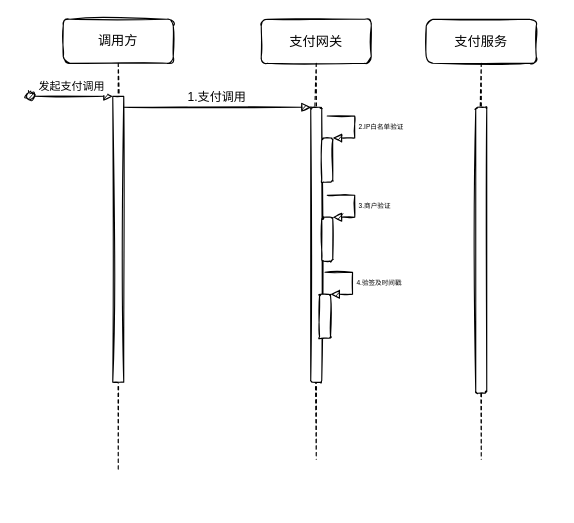
Before: app/Untitled Diagram.drawio in wang37444/androidMvp, a draw.io diagram. Source tidied: cells renumbered, new cells numbered last; positions are measured from the earlier drawing's top-left corner, leaving out a move shared by most shapes. Both pictures are drawn from the tidied source at 110%, with x=0, y=0 at pixel (30, 19).
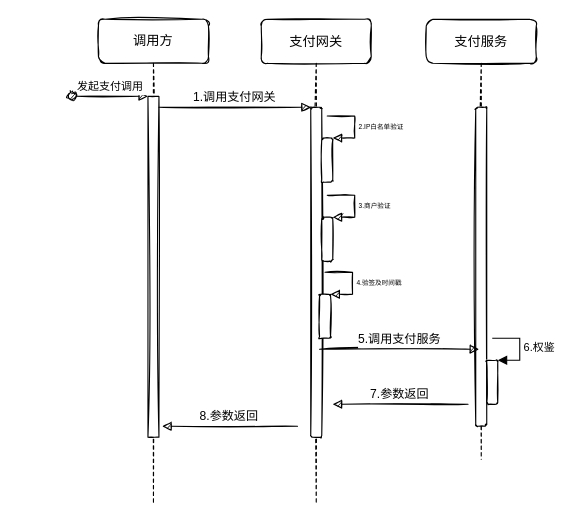
The same diagram, later.

Unchanged cells that the change refers to:
```xml
<mxCell id="12" value="支付服务" style="shape=umlLifeline;perimeter=lifelinePerimeter;rounded=1;shadow=0;strokeWidth=1;sketch=1;" parent="1" vertex="1">
  <mxGeometry x="360" width="100" height="400" as="geometry" />
</mxCell>
```

Change to the diagram source:
```diff
@@
     <mxCell id="2" value="调用方" style="shape=umlLifeline;perimeter=lifelinePerimeter;rounded=1;shadow=0;strokeWidth=1;glass=0;sketch=1;whiteSpace=wrap;" parent="1" vertex="1">
-      <mxGeometry x="30" width="100" height="410" as="geometry" />
+      <mxGeometry x="62" width="100" height="440" as="geometry" />
     </mxCell>
     <mxCell id="3" style="points=[];perimeter=orthogonalPerimeter;rounded=0;shadow=0;strokeWidth=1;sketch=1;" parent="2" vertex="1">
-      <mxGeometry x="45" y="70" width="10" height="260" as="geometry" />
+      <mxGeometry x="45" y="70" width="10" height="310" as="geometry" />
     </mxCell>
     <mxCell id="4" value="发起支付调用" style="verticalAlign=bottom;startArrow=oval;endArrow=block;startSize=8;shadow=0;strokeWidth=1;fontSize=10;sketch=1;" parent="2" edge="1" target="3">
       <mxGeometry relative="1" as="geometry">
-        <mxPoint x="-30" y="70" as="sourcePoint" />
+        <mxPoint x="-24" y="70" as="sourcePoint" />
       </mxGeometry>
     </mxCell>
     <mxCell id="5" value="支付网关" style="shape=umlLifeline;perimeter=lifelinePerimeter;rounded=1;shadow=0;strokeWidth=1;sketch=1;" parent="1" vertex="1">
-      <mxGeometry x="210" width="100" height="400" as="geometry" />
+      <mxGeometry x="210" width="100" height="440" as="geometry" />
     </mxCell>
     <mxCell id="6" style="points=[];perimeter=orthogonalPerimeter;rounded=1;shadow=0;strokeWidth=1;sketch=1;" parent="5" vertex="1">
-      <mxGeometry x="45" y="80" width="10" height="250" as="geometry" />
+      <mxGeometry x="45" y="80" width="10" height="300" as="geometry" />
     </mxCell>
@@
-    <mxCell id="11" value="1.支付调用" style="verticalAlign=bottom;endArrow=block;entryX=0;entryY=0;shadow=0;strokeWidth=1;sketch=1;" parent="1" edge="1" source="3" target="6">
+    <mxCell id="11" value="1.调用支付网关" style="verticalAlign=bottom;endArrow=block;entryX=0;entryY=0;shadow=0;strokeWidth=1;sketch=1;" parent="1" edge="1" source="3" target="6">
       <mxGeometry relative="1" as="geometry" />
     </mxCell>
@@
     <mxCell id="13" style="perimeter=orthogonalPerimeter;rounded=1;shadow=0;strokeWidth=1;sketch=1;" parent="12" vertex="1">
-      <mxGeometry x="45" y="80" width="10" height="260" as="geometry" />
+      <mxGeometry x="45" y="80" width="10" height="290" as="geometry" />
     </mxCell>
+    <mxCell id="16" style="html=1;points=[];perimeter=orthogonalPerimeter;rounded=1;shadow=0;glass=0;sketch=1;fontSize=10;" parent="12" vertex="1">
+      <mxGeometry x="55" y="310" width="10" height="40" as="geometry" />
+    </mxCell>
+    <mxCell id="17" value="6.权鉴" style="edgeStyle=orthogonalEdgeStyle;html=1;align=left;spacingLeft=2;endArrow=block;rounded=0;entryX=1;entryY=0;fontSize=10;" parent="12" edge="1" target="16">
+      <mxGeometry relative="1" as="geometry">
+        <mxPoint x="60" y="290" as="sourcePoint" />
+        <Array as="points">
+          <mxPoint x="85" y="290" />
+        </Array>
+      </mxGeometry>
+    </mxCell>
@@
+    <mxCell id="18" value="5.调用支付服务" style="verticalAlign=bottom;endArrow=block;shadow=0;strokeWidth=1;sketch=1;" parent="1" edge="1">
+      <mxGeometry relative="1" as="geometry">
+        <mxPoint x="263" y="300" as="sourcePoint" />
+        <mxPoint x="408" y="300" as="targetPoint" />
+      </mxGeometry>
+    </mxCell>
+    <mxCell id="19" value="7.参数返回" style="verticalAlign=bottom;endArrow=block;shadow=0;strokeWidth=1;sketch=1;" parent="1" edge="1">
+      <mxGeometry relative="1" as="geometry">
+        <mxPoint x="398" y="350" as="sourcePoint" />
+        <mxPoint x="275" y="350" as="targetPoint" />
+      </mxGeometry>
+    </mxCell>
+    <mxCell id="20" value="8.参数返回" style="verticalAlign=bottom;endArrow=block;shadow=0;strokeWidth=1;sketch=1;" parent="1" edge="1">
+      <mxGeometry relative="1" as="geometry">
+        <mxPoint x="243" y="370" as="sourcePoint" />
+        <mxPoint x="120" y="370" as="targetPoint" />
+      </mxGeometry>
+    </mxCell>
```
